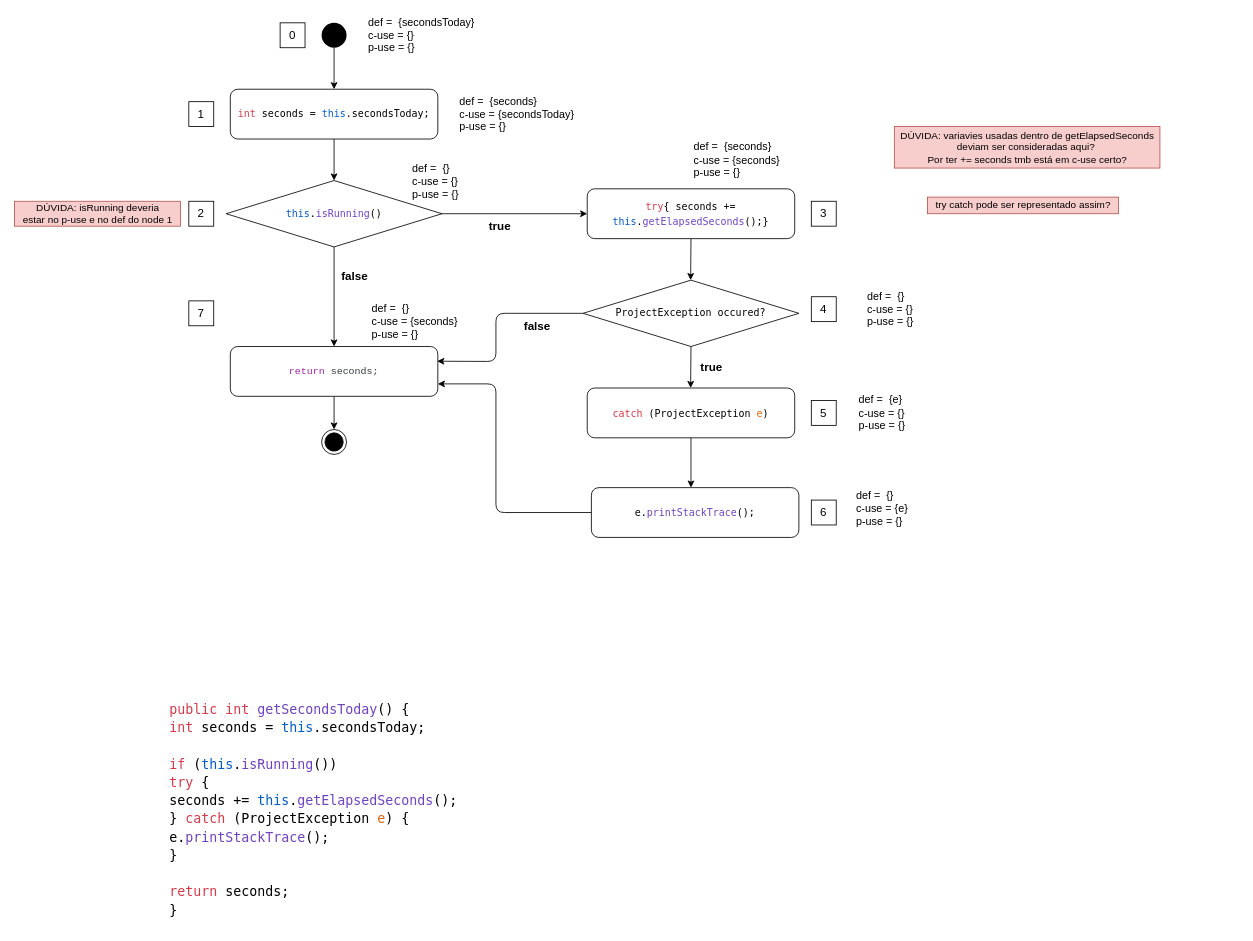
Before: page "diagram" (1 of 6) of docs/08_assignment/figures/getSecondsToday.drawio in Jumaruba/jtimesched, a draw.io diagram. Source tidied: cells renumbered, new cells numbered last; positions are measured from the earlier drawing's top-left corner, leaving out a move shared by most shapes. Both pictures are drawn from the tidied source at 83%, with x=0, y=0 at pixel (14, 14).
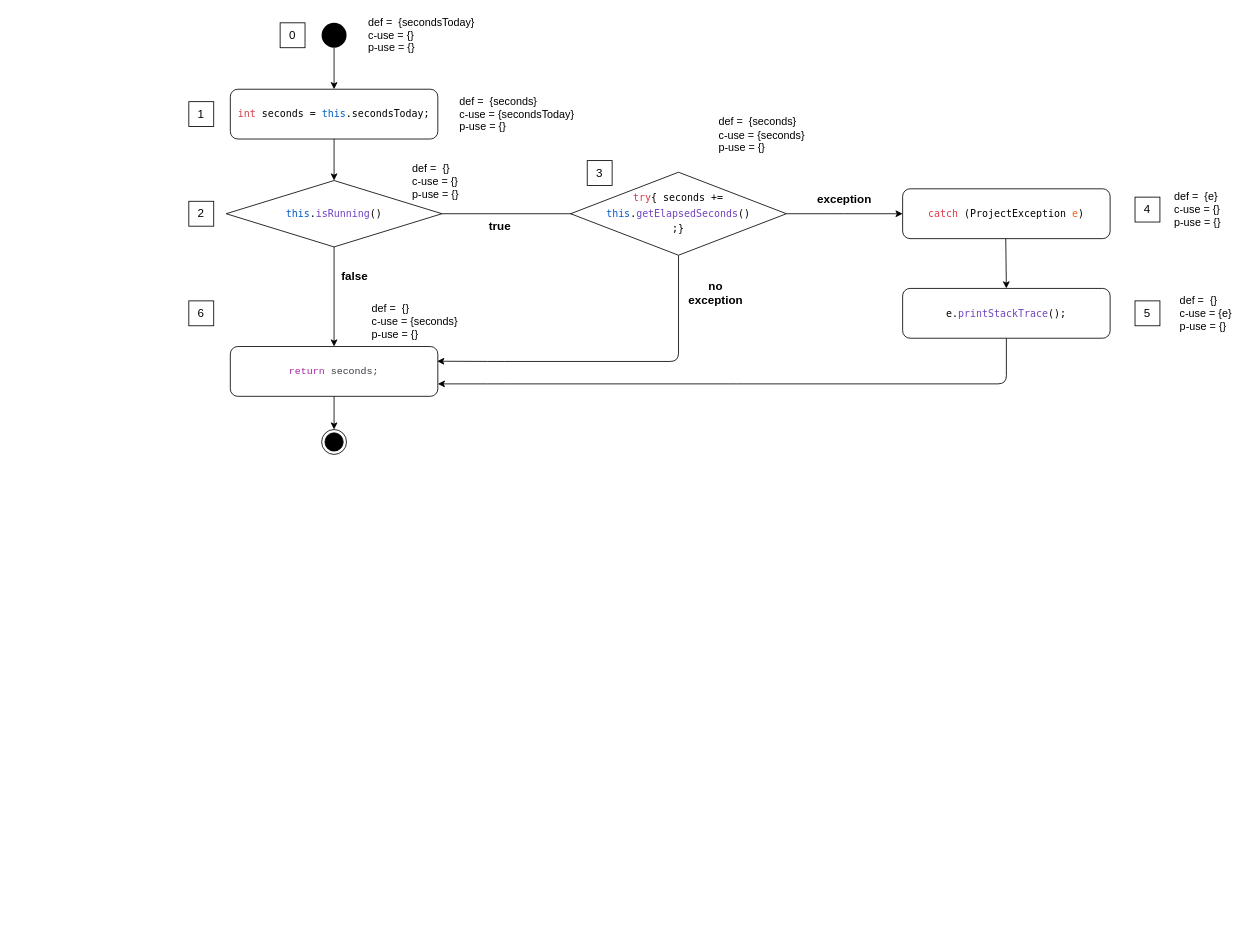
Above is the later version.

Commit message (it also covers changes not shown here):
Test and Document getSecondsToday

Unchanged cells that the change refers to:
```xml
<mxCell id="9" value="&lt;div style=&quot;color: rgb(56 , 58 , 66) ; font-family: &amp;#34;jetbrainsmono nerd font mono&amp;#34; , monospace , &amp;#34;consolas&amp;#34; , &amp;#34;courier new&amp;#34; , monospace ; line-height: 18px&quot;&gt;&lt;span style=&quot;color: rgb(166 , 38 , 164)&quot;&gt;return&lt;/span&gt;&amp;nbsp;seconds;&lt;br&gt;&lt;/div&gt;" style="rounded=1;whiteSpace=wrap;html=1;" parent="1" vertex="1">
  <mxGeometry x="260" y="400" width="250" height="60" as="geometry" />
</mxCell>
```

Diff of the diagram source:
```diff
@@
-    <mxCell id="7" style="edgeStyle=none;html=1;entryX=0;entryY=0.5;entryDx=0;entryDy=0;" parent="1" edge="1" target="12">
+    <mxCell id="7" style="edgeStyle=none;html=1;entryX=0;entryY=0.5;entryDx=0;entryDy=0;" parent="1" edge="1">
       <mxGeometry relative="1" as="geometry">
         <mxPoint x="515" y="240" as="sourcePoint" />
+        <mxPoint x="690" y="240" as="targetPoint" />
       </mxGeometry>
     </mxCell>
@@
-    <mxCell id="11" style="edgeStyle=none;html=1;exitX=0.5;exitY=1;exitDx=0;exitDy=0;fontSize=12;" parent="1" edge="1" source="12">
-      <mxGeometry relative="1" as="geometry">
-        <mxPoint x="814.6" y="320" as="targetPoint" />
-      </mxGeometry>
-    </mxCell>
-    <mxCell id="12" value="&lt;div style=&quot;color: rgb(56 , 58 , 66) ; font-family: &amp;#34;jetbrainsmono nerd font mono&amp;#34; , monospace , &amp;#34;consolas&amp;#34; , &amp;#34;courier new&amp;#34; , monospace ; line-height: 18px&quot;&gt;&lt;div style=&quot;font-family: &amp;#34;jetbrainsmono nerd font mono&amp;#34; , monospace , &amp;#34;consolas&amp;#34; , &amp;#34;courier new&amp;#34; , monospace ; line-height: 18px&quot;&gt;&lt;div style=&quot;color: rgb(0 , 0 , 0) ; font-family: &amp;#34;droid sans mono&amp;#34; , &amp;#34;monospace&amp;#34; , monospace&quot;&gt;&lt;span style=&quot;color: rgb(215 , 58 , 73) ; text-align: left&quot;&gt;&lt;font style=&quot;font-size: 12px&quot;&gt;try&lt;/font&gt;&lt;/span&gt;&lt;span&gt;{ seconds +=&lt;br&gt;&lt;/span&gt;&lt;span style=&quot;color: rgb(0 , 92 , 197)&quot;&gt;this&lt;/span&gt;&lt;span&gt;.&lt;/span&gt;&lt;span style=&quot;color: rgb(111 , 66 , 193)&quot;&gt;getElapsedSeconds&lt;/span&gt;&lt;span&gt;();}&lt;/span&gt;&lt;/div&gt;&lt;/div&gt;&lt;/div&gt;" style="rounded=1;whiteSpace=wrap;html=1;align=center;" parent="1" vertex="1">
-      <mxGeometry x="690" y="210" width="250" height="60" as="geometry" />
-    </mxCell>
@@
-    <mxCell id="18" value="&lt;font style=&quot;font-size: 14px&quot;&gt;7&lt;/font&gt;" style="text;html=1;strokeColor=default;fillColor=none;align=center;verticalAlign=middle;whiteSpace=wrap;rounded=0;" parent="1" vertex="1">
+    <mxCell id="18" value="&lt;font style=&quot;font-size: 14px&quot;&gt;6&lt;/font&gt;" style="text;html=1;strokeColor=default;fillColor=none;align=center;verticalAlign=middle;whiteSpace=wrap;rounded=0;" parent="1" vertex="1">
       <mxGeometry x="210" y="345" width="30" height="30" as="geometry" />
     </mxCell>
-    <mxCell id="19" value="&lt;span style=&quot;font-size: 14px&quot;&gt;4&lt;/span&gt;" style="text;html=1;strokeColor=default;fillColor=none;align=center;verticalAlign=middle;whiteSpace=wrap;rounded=0;" parent="1" vertex="1">
-      <mxGeometry x="960" y="340" width="30" height="30" as="geometry" />
-    </mxCell>
     <mxCell id="20" value="&lt;span style=&quot;font-size: 14px&quot;&gt;3&lt;/span&gt;" style="text;html=1;strokeColor=default;fillColor=none;align=center;verticalAlign=middle;whiteSpace=wrap;rounded=0;" parent="1" vertex="1">
-      <mxGeometry x="960" y="225" width="30" height="30" as="geometry" />
+      <mxGeometry x="690" y="176" width="30" height="30" as="geometry" />
     </mxCell>
@@
     <mxCell id="23" value="&lt;div style=&quot;text-align: left&quot;&gt;&lt;span style=&quot;font-size: 13px&quot;&gt;def =&amp;nbsp; {seconds}&lt;/span&gt;&lt;/div&gt;&lt;font style=&quot;font-size: 13px&quot;&gt;&lt;div style=&quot;text-align: left&quot;&gt;&lt;span&gt;c-use = {seconds}&lt;/span&gt;&lt;/div&gt;&lt;div style=&quot;text-align: left&quot;&gt;&lt;span&gt;p-use = {}&lt;/span&gt;&lt;/div&gt;&lt;/font&gt;" style="text;html=1;align=center;verticalAlign=middle;strokeColor=none;fillColor=none;fontSize=12;" parent="1" vertex="1">
-      <mxGeometry x="810" y="150" width="120" height="50" as="geometry" />
+      <mxGeometry x="840" y="120" width="120" height="50" as="geometry" />
     </mxCell>
@@
-    <mxCell id="25" value="&lt;div style=&quot;color: rgb(0, 0, 0); background-color: rgb(255, 255, 255); font-family: &amp;quot;droid sans mono&amp;quot;, &amp;quot;monospace&amp;quot;, monospace; font-weight: normal; font-size: 16px; line-height: 22px;&quot;&gt;&lt;div&gt;&lt;span style=&quot;color: #d73a49&quot;&gt;public&lt;/span&gt;&lt;span style=&quot;color: #000000&quot;&gt; &lt;/span&gt;&lt;span style=&quot;color: #d73a49&quot;&gt;int&lt;/span&gt;&lt;span style=&quot;color: #000000&quot;&gt; &lt;/span&gt;&lt;span style=&quot;color: #6f42c1&quot;&gt;getSecondsToday&lt;/span&gt;&lt;span style=&quot;color: #000000&quot;&gt;() {&lt;/span&gt;&lt;/div&gt;&lt;div&gt;&lt;span style=&quot;color: #000000&quot;&gt;    &lt;/span&gt;&lt;span style=&quot;color: #d73a49&quot;&gt;int&lt;/span&gt;&lt;span style=&quot;color: #000000&quot;&gt; seconds = &lt;/span&gt;&lt;span style=&quot;color: #005cc5&quot;&gt;this&lt;/span&gt;&lt;span style=&quot;color: #000000&quot;&gt;.secondsToday;&lt;/span&gt;&lt;/div&gt;&lt;br&gt;&lt;div&gt;&lt;span style=&quot;color: #000000&quot;&gt;    &lt;/span&gt;&lt;span style=&quot;color: #d73a49&quot;&gt;if&lt;/span&gt;&lt;span style=&quot;color: #000000&quot;&gt; (&lt;/span&gt;&lt;span style=&quot;color: #005cc5&quot;&gt;this&lt;/span&gt;&lt;span style=&quot;color: #000000&quot;&gt;.&lt;/span&gt;&lt;span style=&quot;color: #6f42c1&quot;&gt;isRunning&lt;/span&gt;&lt;span style=&quot;color: #000000&quot;&gt;())&lt;/span&gt;&lt;/div&gt;&lt;div&gt;&lt;span style=&quot;color: #000000&quot;&gt;      &lt;/span&gt;&lt;span style=&quot;color: #d73a49&quot;&gt;try&lt;/span&gt;&lt;span style=&quot;color: #000000&quot;&gt; {&lt;/span&gt;&lt;/div&gt;&lt;div&gt;&lt;span style=&quot;color: #000000&quot;&gt;        seconds += &lt;/span&gt;&lt;span style=&quot;color: #005cc5&quot;&gt;this&lt;/span&gt;&lt;span style=&quot;color: #000000&quot;&gt;.&lt;/span&gt;&lt;span style=&quot;color: #6f42c1&quot;&gt;getElapsedSeconds&lt;/span&gt;&lt;span style=&quot;color: #000000&quot;&gt;();&lt;/span&gt;&lt;/div&gt;&lt;div&gt;&lt;span style=&quot;color: #000000&quot;&gt;      } &lt;/span&gt;&lt;span style=&quot;color: #d73a49&quot;&gt;catch&lt;/span&gt;&lt;span style=&quot;color: #000000&quot;&gt; (ProjectException &lt;/span&gt;&lt;span style=&quot;color: #e36209&quot;&gt;e&lt;/span&gt;&lt;span style=&quot;color: #000000&quot;&gt;) {&lt;/span&gt;&lt;/div&gt;&lt;div&gt;&lt;span style=&quot;color: #000000&quot;&gt;        e.&lt;/span&gt;&lt;span style=&quot;color: #6f42c1&quot;&gt;printStackTrace&lt;/span&gt;&lt;span style=&quot;color: #000000&quot;&gt;();&lt;/span&gt;&lt;/div&gt;&lt;div&gt;&lt;span style=&quot;color: #000000&quot;&gt;      }&lt;/span&gt;&lt;/div&gt;&lt;br&gt;&lt;div&gt;&lt;span style=&quot;color: #000000&quot;&gt;    &lt;/span&gt;&lt;span style=&quot;color: #d73a49&quot;&gt;return&lt;/span&gt;&lt;span style=&quot;color: #000000&quot;&gt; seconds;&lt;/span&gt;&lt;/div&gt;&lt;div&gt;&lt;span style=&quot;color: #000000&quot;&gt;  }&lt;/span&gt;&lt;/div&gt;&lt;/div&gt;" style="text;whiteSpace=wrap;html=1;" parent="1" vertex="1">
-      <mxGeometry x="185" y="820" width="370" height="280" as="geometry" />
-    </mxCell>
@@
-    <mxCell id="27" value="&lt;font color=&quot;#000000&quot;&gt;DÚVIDA: isRunning deveria &lt;br&gt;estar no p-use e no def do node 1&lt;/font&gt;" style="text;html=1;align=center;verticalAlign=middle;strokeColor=#b85450;fillColor=#f8cecc;fontSize=12;" parent="1" vertex="1">
-      <mxGeometry y="225" width="200" height="30" as="geometry" />
-    </mxCell>
-    <mxCell id="28" value="&lt;font color=&quot;#000000&quot;&gt;DÚVIDA: variavies usadas dentro de getElapsedSeconds&lt;br&gt;deviam ser consideradas aqui?&amp;nbsp;&lt;br&gt;Por ter += seconds tmb está em c-use certo?&lt;/font&gt;" style="text;html=1;align=center;verticalAlign=middle;strokeColor=#b85450;fillColor=#f8cecc;fontSize=12;" parent="1" vertex="1">
-      <mxGeometry x="1060" y="135" width="320" height="50" as="geometry" />
-    </mxCell>
@@
-    <mxCell id="30" style="edgeStyle=none;html=1;exitX=0.5;exitY=1;exitDx=0;exitDy=0;fontSize=12;" parent="1" edge="1" source="31">
+    <mxCell id="30" style="edgeStyle=none;html=1;exitX=0.5;exitY=1;exitDx=0;exitDy=0;fontSize=12;entryX=0.5;entryY=0;entryDx=0;entryDy=0;" parent="1" edge="1" target="41">
       <mxGeometry relative="1" as="geometry">
-        <mxPoint x="815" y="570" as="targetPoint" />
+        <mxPoint x="1194.2" y="265" as="sourcePoint" />
       </mxGeometry>
     </mxCell>
-    <mxCell id="31" value="&lt;div style=&quot;color: rgb(56 , 58 , 66) ; font-family: &amp;#34;jetbrainsmono nerd font mono&amp;#34; , monospace , &amp;#34;consolas&amp;#34; , &amp;#34;courier new&amp;#34; , monospace ; line-height: 18px&quot;&gt;&lt;div style=&quot;font-family: &amp;#34;jetbrainsmono nerd font mono&amp;#34; , monospace , &amp;#34;consolas&amp;#34; , &amp;#34;courier new&amp;#34; , monospace ; line-height: 18px&quot;&gt;&lt;div style=&quot;color: rgb(0 , 0 , 0) ; font-family: &amp;#34;droid sans mono&amp;#34; , &amp;#34;monospace&amp;#34; , monospace&quot;&gt;&lt;span style=&quot;color: rgb(215 , 58 , 73)&quot;&gt;catch&amp;nbsp;&lt;/span&gt;(ProjectException&amp;nbsp;&lt;span style=&quot;color: rgb(227 , 98 , 9)&quot;&gt;e&lt;/span&gt;)&lt;br&gt;&lt;/div&gt;&lt;/div&gt;&lt;/div&gt;" style="rounded=1;whiteSpace=wrap;html=1;align=center;" parent="1" vertex="1">
-      <mxGeometry x="690" y="450" width="250" height="60" as="geometry" />
-    </mxCell>
-    <mxCell id="32" value="&lt;font color=&quot;#000000&quot;&gt;try catch pode ser representado assim?&lt;/font&gt;" style="text;html=1;align=center;verticalAlign=middle;strokeColor=#b85450;fillColor=#f8cecc;fontSize=12;" parent="1" vertex="1">
-      <mxGeometry x="1100" y="220" width="230" height="20" as="geometry" />
-    </mxCell>
-    <mxCell id="33" style="edgeStyle=none;html=1;exitX=0.5;exitY=1;exitDx=0;exitDy=0;fontSize=12;" parent="1" edge="1" source="35">
-      <mxGeometry relative="1" as="geometry">
-        <mxPoint x="814.6" y="450" as="targetPoint" />
-      </mxGeometry>
-    </mxCell>
-    <mxCell id="34" style="edgeStyle=none;html=1;exitX=0;exitY=0.5;exitDx=0;exitDy=0;entryX=0.997;entryY=0.295;entryDx=0;entryDy=0;fontSize=12;entryPerimeter=0;" parent="1" edge="1" source="35" target="9">
+    <mxCell id="34" style="edgeStyle=none;html=1;exitX=0.5;exitY=1;exitDx=0;exitDy=0;entryX=0.997;entryY=0.295;entryDx=0;entryDy=0;fontSize=12;entryPerimeter=0;" parent="1" edge="1" source="46" target="9">
       <mxGeometry relative="1" as="geometry">
         <Array as="points">
-          <mxPoint x="580" y="360" />
+          <mxPoint x="800" y="418" />
           <mxPoint x="580" y="418" />
         </Array>
       </mxGeometry>
     </mxCell>
-    <mxCell id="35" value="&lt;div style=&quot;color: rgb(56 , 58 , 66) ; font-family: &amp;#34;jetbrainsmono nerd font mono&amp;#34; , monospace , &amp;#34;consolas&amp;#34; , &amp;#34;courier new&amp;#34; , monospace ; line-height: 18px&quot;&gt;&lt;span style=&quot;color: rgb(0 , 0 , 0) ; font-family: &amp;#34;droid sans mono&amp;#34; , &amp;#34;monospace&amp;#34; , monospace ; text-align: left&quot;&gt;&lt;font style=&quot;font-size: 12px&quot;&gt;ProjectException occured?&lt;/font&gt;&lt;/span&gt;&lt;br&gt;&lt;/div&gt;" style="rhombus;whiteSpace=wrap;html=1;" parent="1" vertex="1">
-      <mxGeometry x="685" y="320" width="260" height="80" as="geometry" />
-    </mxCell>
-    <mxCell id="36" value="&lt;b&gt;true&lt;/b&gt;" style="text;html=1;strokeColor=none;fillColor=none;align=center;verticalAlign=middle;whiteSpace=wrap;rounded=0;fontSize=14;" parent="1" vertex="1">
-      <mxGeometry x="810" y="410" width="60" height="30" as="geometry" />
-    </mxCell>
     <mxCell id="37" value="&lt;span style=&quot;font-size: 14px&quot;&gt;5&lt;/span&gt;" style="text;html=1;strokeColor=default;fillColor=none;align=center;verticalAlign=middle;whiteSpace=wrap;rounded=0;" parent="1" vertex="1">
-      <mxGeometry x="960" y="465" width="30" height="30" as="geometry" />
+      <mxGeometry x="1350" y="345" width="30" height="30" as="geometry" />
     </mxCell>
-    <mxCell id="38" value="&lt;div style=&quot;text-align: left&quot;&gt;&lt;span style=&quot;font-size: 13px&quot;&gt;def =&amp;nbsp; {}&lt;/span&gt;&lt;/div&gt;&lt;font style=&quot;font-size: 13px&quot;&gt;&lt;div style=&quot;text-align: left&quot;&gt;&lt;span&gt;c-use = {}&lt;/span&gt;&lt;/div&gt;&lt;div style=&quot;text-align: left&quot;&gt;&lt;span&gt;p-use = {}&lt;/span&gt;&lt;/div&gt;&lt;/font&gt;" style="text;html=1;align=center;verticalAlign=middle;strokeColor=none;fillColor=none;fontSize=12;" parent="1" vertex="1">
-      <mxGeometry x="1020" y="330" width="70" height="50" as="geometry" />
-    </mxCell>
     <mxCell id="39" value="&lt;div style=&quot;text-align: left&quot;&gt;&lt;span style=&quot;font-size: 13px&quot;&gt;def =&amp;nbsp; {e}&lt;/span&gt;&lt;/div&gt;&lt;font style=&quot;font-size: 13px&quot;&gt;&lt;div style=&quot;text-align: left&quot;&gt;&lt;span&gt;c-use = {}&lt;/span&gt;&lt;/div&gt;&lt;div style=&quot;text-align: left&quot;&gt;&lt;span&gt;p-use = {}&lt;/span&gt;&lt;/div&gt;&lt;/font&gt;" style="text;html=1;align=center;verticalAlign=middle;strokeColor=none;fillColor=none;fontSize=12;" parent="1" vertex="1">
-      <mxGeometry x="1010" y="455" width="70" height="50" as="geometry" />
+      <mxGeometry x="1390" y="210" width="70" height="50" as="geometry" />
     </mxCell>
-    <mxCell id="40" style="edgeStyle=none;html=1;exitX=0;exitY=0.5;exitDx=0;exitDy=0;fontSize=12;entryX=1;entryY=0.75;entryDx=0;entryDy=0;" parent="1" edge="1" source="41" target="9">
+    <mxCell id="40" style="edgeStyle=none;html=1;exitX=0.5;exitY=1;exitDx=0;exitDy=0;fontSize=12;entryX=1;entryY=0.75;entryDx=0;entryDy=0;" parent="1" edge="1" source="41" target="9">
       <mxGeometry relative="1" as="geometry">
         <Array as="points">
-          <mxPoint x="580" y="600" />
+          <mxPoint x="1195" y="445" />
+          <mxPoint x="860" y="445" />
           <mxPoint x="580" y="445" />
         </Array>
       </mxGeometry>
     </mxCell>
     <mxCell id="41" value="&lt;div style=&quot;color: rgb(56 , 58 , 66) ; font-family: &amp;#34;jetbrainsmono nerd font mono&amp;#34; , monospace , &amp;#34;consolas&amp;#34; , &amp;#34;courier new&amp;#34; , monospace ; line-height: 18px&quot;&gt;&lt;div style=&quot;font-family: &amp;#34;jetbrainsmono nerd font mono&amp;#34; , monospace , &amp;#34;consolas&amp;#34; , &amp;#34;courier new&amp;#34; , monospace ; line-height: 18px&quot;&gt;&lt;div style=&quot;color: rgb(0 , 0 , 0) ; font-family: &amp;#34;droid sans mono&amp;#34; , &amp;#34;monospace&amp;#34; , monospace&quot;&gt;&lt;span style=&quot;text-align: left&quot;&gt;e.&lt;/span&gt;&lt;span style=&quot;text-align: left ; color: rgb(111 , 66 , 193)&quot;&gt;printStackTrace&lt;/span&gt;&lt;span style=&quot;text-align: left&quot;&gt;();&lt;/span&gt;&lt;br&gt;&lt;/div&gt;&lt;/div&gt;&lt;/div&gt;" style="rounded=1;whiteSpace=wrap;html=1;align=center;" parent="1" vertex="1">
-      <mxGeometry x="695" y="570" width="250" height="60" as="geometry" />
+      <mxGeometry x="1070" y="330" width="250" height="60" as="geometry" />
     </mxCell>
-    <mxCell id="42" value="&lt;span style=&quot;font-size: 14px&quot;&gt;6&lt;/span&gt;" style="text;html=1;strokeColor=default;fillColor=none;align=center;verticalAlign=middle;whiteSpace=wrap;rounded=0;" parent="1" vertex="1">
-      <mxGeometry x="960" y="585" width="30" height="30" as="geometry" />
-    </mxCell>
     <mxCell id="43" value="&lt;div style=&quot;text-align: left&quot;&gt;&lt;span style=&quot;font-size: 13px&quot;&gt;def =&amp;nbsp; {}&lt;/span&gt;&lt;/div&gt;&lt;font style=&quot;font-size: 13px&quot;&gt;&lt;div style=&quot;text-align: left&quot;&gt;&lt;span&gt;c-use = {e}&lt;/span&gt;&lt;/div&gt;&lt;div style=&quot;text-align: left&quot;&gt;&lt;span&gt;p-use = {}&lt;/span&gt;&lt;/div&gt;&lt;/font&gt;" style="text;html=1;align=center;verticalAlign=middle;strokeColor=none;fillColor=none;fontSize=12;" parent="1" vertex="1">
-      <mxGeometry x="1005" y="570" width="80" height="50" as="geometry" />
+      <mxGeometry x="1395" y="335" width="80" height="50" as="geometry" />
     </mxCell>
-    <mxCell id="44" value="&lt;b&gt;false&lt;/b&gt;" style="text;html=1;strokeColor=none;fillColor=none;align=center;verticalAlign=middle;whiteSpace=wrap;rounded=0;fontSize=14;" parent="1" vertex="1">
-      <mxGeometry x="600" y="360" width="60" height="30" as="geometry" />
-    </mxCell>
+    <mxCell id="45" style="edgeStyle=none;html=1;exitX=1;exitY=0.5;exitDx=0;exitDy=0;" parent="1" edge="1" source="46">
+      <mxGeometry relative="1" as="geometry">
+        <mxPoint x="1070" y="240" as="targetPoint" />
+        <Array as="points">
+          <mxPoint x="990" y="240" />
+        </Array>
+      </mxGeometry>
+    </mxCell>
+    <mxCell id="46" value="&lt;div style=&quot;color: rgb(56 , 58 , 66) ; font-family: &amp;#34;jetbrainsmono nerd font mono&amp;#34; , monospace , &amp;#34;consolas&amp;#34; , &amp;#34;courier new&amp;#34; , monospace ; line-height: 18px&quot;&gt;&lt;span style=&quot;font-family: &amp;#34;droid sans mono&amp;#34; , &amp;#34;monospace&amp;#34; , monospace ; color: rgb(215 , 58 , 73) ; text-align: left&quot;&gt;try&lt;/span&gt;&lt;span style=&quot;color: rgb(0 , 0 , 0) ; font-family: &amp;#34;droid sans mono&amp;#34; , &amp;#34;monospace&amp;#34; , monospace&quot;&gt;{ seconds +=&lt;br&gt;&lt;/span&gt;&lt;span style=&quot;font-family: &amp;#34;droid sans mono&amp;#34; , &amp;#34;monospace&amp;#34; , monospace ; color: rgb(0 , 92 , 197)&quot;&gt;this&lt;/span&gt;&lt;span style=&quot;color: rgb(0 , 0 , 0) ; font-family: &amp;#34;droid sans mono&amp;#34; , &amp;#34;monospace&amp;#34; , monospace&quot;&gt;.&lt;/span&gt;&lt;span style=&quot;font-family: &amp;#34;droid sans mono&amp;#34; , &amp;#34;monospace&amp;#34; , monospace ; color: rgb(111 , 66 , 193)&quot;&gt;getElapsedSeconds&lt;/span&gt;&lt;span style=&quot;color: rgb(0 , 0 , 0) ; font-family: &amp;#34;droid sans mono&amp;#34; , &amp;#34;monospace&amp;#34; , monospace&quot;&gt;()&lt;br&gt;;}&lt;/span&gt;&lt;br&gt;&lt;/div&gt;" style="rhombus;whiteSpace=wrap;html=1;" parent="1" vertex="1">
+      <mxGeometry x="670" y="190" width="260" height="100" as="geometry" />
+    </mxCell>
+    <mxCell id="31" value="&lt;div style=&quot;color: rgb(56 , 58 , 66) ; font-family: &amp;#34;jetbrainsmono nerd font mono&amp;#34; , monospace , &amp;#34;consolas&amp;#34; , &amp;#34;courier new&amp;#34; , monospace ; line-height: 18px&quot;&gt;&lt;div style=&quot;font-family: &amp;#34;jetbrainsmono nerd font mono&amp;#34; , monospace , &amp;#34;consolas&amp;#34; , &amp;#34;courier new&amp;#34; , monospace ; line-height: 18px&quot;&gt;&lt;div style=&quot;color: rgb(0 , 0 , 0) ; font-family: &amp;#34;droid sans mono&amp;#34; , &amp;#34;monospace&amp;#34; , monospace&quot;&gt;&lt;span style=&quot;color: rgb(215 , 58 , 73)&quot;&gt;catch&amp;nbsp;&lt;/span&gt;(ProjectException&amp;nbsp;&lt;span style=&quot;color: rgb(227 , 98 , 9)&quot;&gt;e&lt;/span&gt;)&lt;br&gt;&lt;/div&gt;&lt;/div&gt;&lt;/div&gt;" style="rounded=1;whiteSpace=wrap;html=1;align=center;" parent="1" vertex="1">
+      <mxGeometry x="1070" y="210" width="250" height="60" as="geometry" />
+    </mxCell>
+    <mxCell id="47" value="&lt;b&gt;exception&lt;/b&gt;" style="text;html=1;strokeColor=none;fillColor=none;align=center;verticalAlign=middle;whiteSpace=wrap;rounded=0;fontSize=14;" parent="1" vertex="1">
+      <mxGeometry x="970" y="210" width="60" height="25" as="geometry" />
+    </mxCell>
+    <mxCell id="48" value="&lt;b&gt;no exception&lt;/b&gt;" style="text;html=1;strokeColor=none;fillColor=none;align=center;verticalAlign=middle;whiteSpace=wrap;rounded=0;fontSize=14;" parent="1" vertex="1">
+      <mxGeometry x="810" y="310" width="70" height="50" as="geometry" />
+    </mxCell>
+    <mxCell id="19" value="&lt;span style=&quot;font-size: 14px&quot;&gt;4&lt;/span&gt;" style="text;html=1;strokeColor=default;fillColor=none;align=center;verticalAlign=middle;whiteSpace=wrap;rounded=0;" parent="1" vertex="1">
+      <mxGeometry x="1350" y="220" width="30" height="30" as="geometry" />
+    </mxCell>
```
